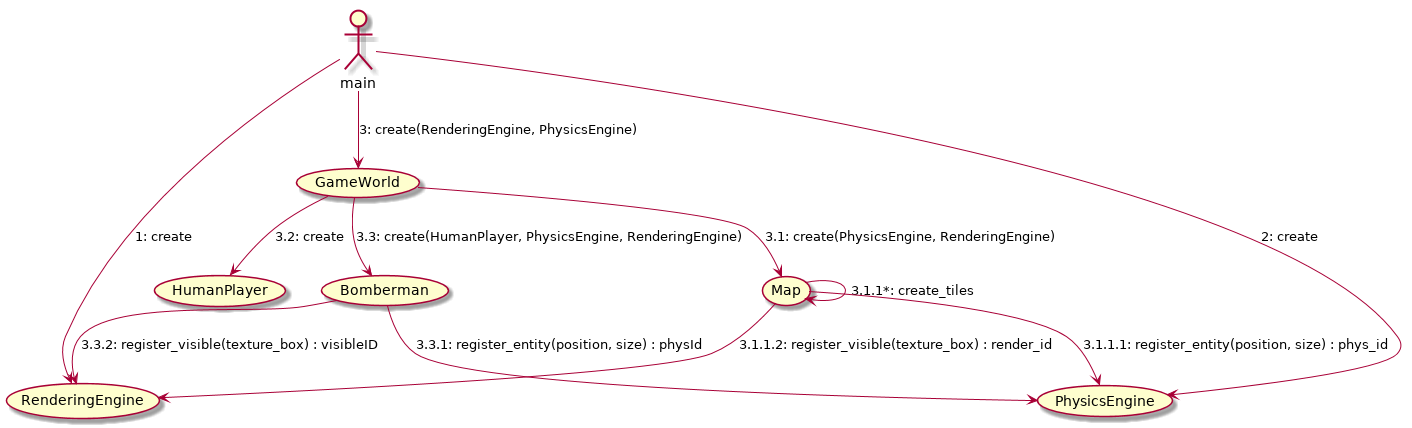
Earlier version of the PlantUML export docs/img/Communication_UC_1_1.png (NadzwyczajnaGrupaRobocza/bomberman).
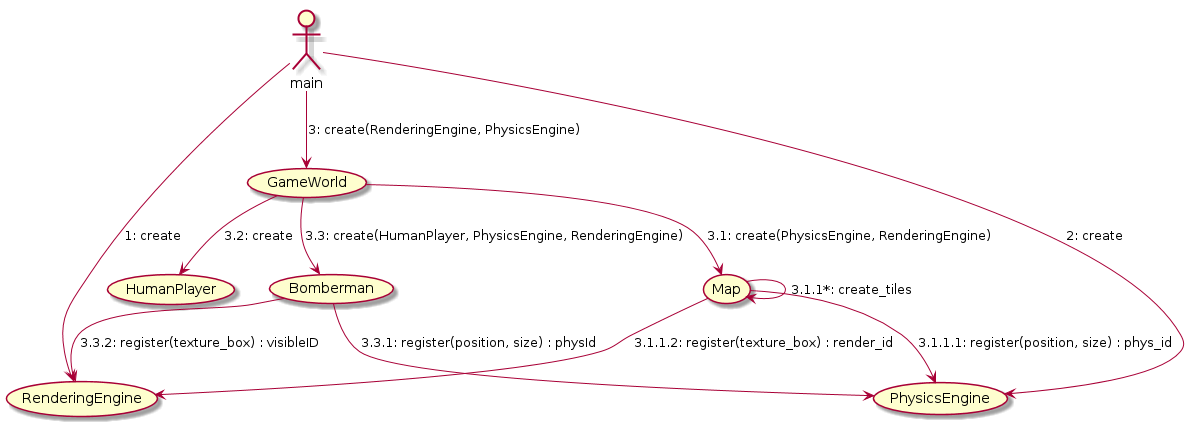
After the commit.

Change to the diagram source:
```diff
@@ -6,13 +6,13 @@
 
 (GameWorld) --> (Map) : "3.1: create(PhysicsEngine, RenderingEngine)"
 (Map) --> (Map) : "3.1.1*: create_tiles"
-(Map) --> (PhysicsEngine) : "3.1.1.1: register_entity(position, size) : phys_id"
-(Map) --> (RenderingEngine) : "3.1.1.2: register_visible(texture_box) : render_id"
+(Map) --> (PhysicsEngine) : "3.1.1.1: register(position, size) : phys_id"
+(Map) --> (RenderingEngine) : "3.1.1.2: register(texture_box) : render_id"
 
 (GameWorld) --> (HumanPlayer) : "3.2: create"
 (GameWorld) --> (Bomberman) : "3.3: create(HumanPlayer, PhysicsEngine, RenderingEngine)"
-(Bomberman) --> (PhysicsEngine) : "3.3.1: register_entity(position, size) : physId"
-(Bomberman) --> (RenderingEngine) : "3.3.2: register_visible(texture_box) : visibleID"
+(Bomberman) --> (PhysicsEngine) : "3.3.1: register(position, size) : physId"
+(Bomberman) --> (RenderingEngine) : "3.3.2: register(texture_box) : visibleID"
 
 
 @enduml
```
